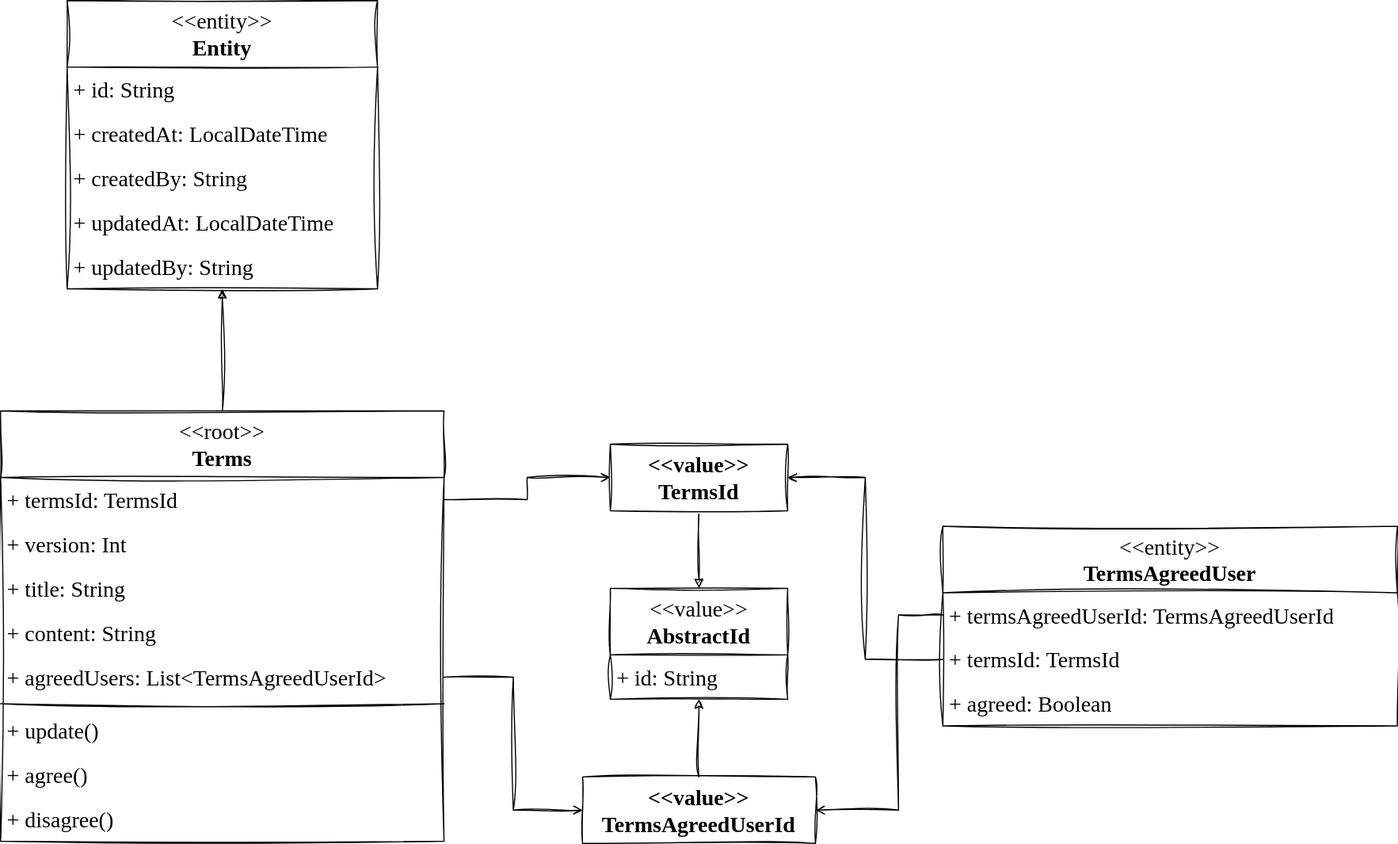
Before: diagrams/terms/aggregate.svg, a diagram exported from draw.io (gudfhr95/micro-ecommerce). Source tidied: cells renumbered, new cells last; positions are measured from the earlier drawing's top-left corner, leaving out a move shared by most shapes.
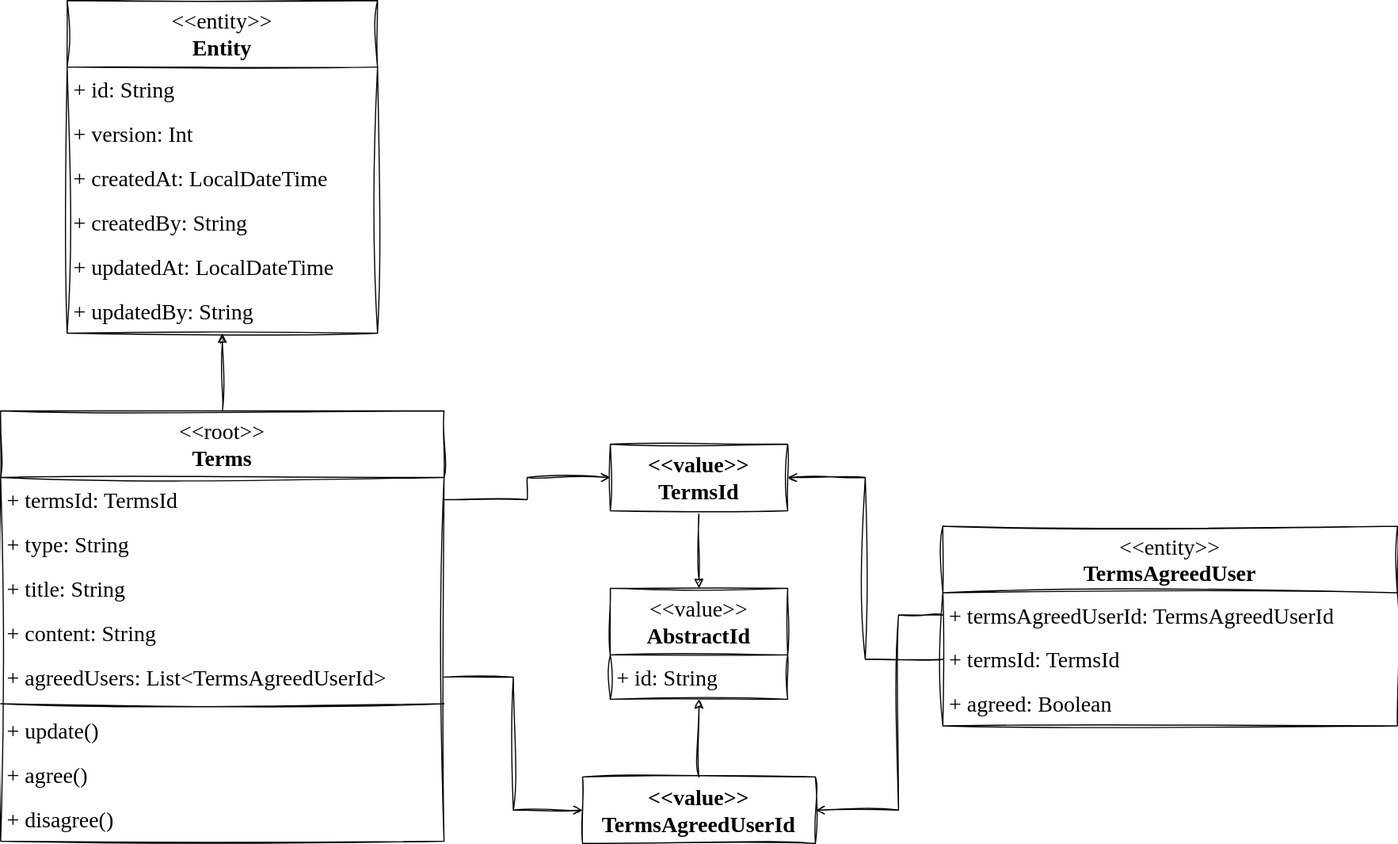
The same file after the commit.

The edit, as a diff of the source:
```diff
@@ -8,7 +8,7 @@
     <mxCell id="3" value="+ termsId: TermsId" style="text;html=1;strokeColor=none;fillColor=none;align=left;verticalAlign=middle;spacingLeft=4;spacingRight=4;overflow=hidden;points=[[0,0.5],[1,0.5]];portConstraint=eastwest;whiteSpace=wrap;fontSize=20;fontFamily=Architects Daughter;" parent="2" vertex="1">
       <mxGeometry y="60" width="400" height="40" as="geometry" />
     </mxCell>
-    <mxCell id="4" value="+ version: Int" style="text;html=1;strokeColor=none;fillColor=none;align=left;verticalAlign=middle;spacingLeft=4;spacingRight=4;overflow=hidden;whiteSpace=wrap;fontSize=20;fontFamily=Architects Daughter;" parent="2" vertex="1">
+    <mxCell id="4" value="+ type: String" style="text;html=1;strokeColor=none;fillColor=none;align=left;verticalAlign=middle;spacingLeft=4;spacingRight=4;overflow=hidden;whiteSpace=wrap;fontSize=20;fontFamily=Architects Daughter;" parent="2" vertex="1">
       <mxGeometry y="100" width="400" height="40" as="geometry" />
     </mxCell>
     <mxCell id="5" value="+ title: String" style="text;html=1;strokeColor=none;fillColor=none;align=left;verticalAlign=middle;spacingLeft=4;spacingRight=4;overflow=hidden;whiteSpace=wrap;fontSize=20;fontFamily=Architects Daughter;" parent="2" vertex="1">
@@ -57,22 +57,25 @@
       <mxGeometry x="550" y="400" width="160" height="60" as="geometry" />
     </mxCell>
     <mxCell id="20" value="&amp;lt;&amp;lt;entity&amp;gt;&amp;gt;&lt;br&gt;&lt;b&gt;Entity&lt;/b&gt;" style="swimlane;fontStyle=0;align=center;verticalAlign=top;horizontal=1;startSize=60;html=1;whiteSpace=wrap;sketch=1;hachureGap=4;jiggle=2;curveFitting=1;fontFamily=Architects Daughter;fontSource=https%3A%2F%2Ffonts.googleapis.com%2Fcss%3Ffamily%3DArchitects%2BDaughter;fontSize=20;" parent="1" vertex="1">
-      <mxGeometry x="60" width="280" height="260" as="geometry" />
+      <mxGeometry x="60" width="280" height="300" as="geometry" />
     </mxCell>
     <mxCell id="21" value="+ id: String" style="text;html=1;strokeColor=none;fillColor=none;align=left;verticalAlign=middle;spacingLeft=4;spacingRight=4;overflow=hidden;whiteSpace=wrap;fontSize=20;fontFamily=Architects Daughter;" parent="20" vertex="1">
       <mxGeometry y="60" width="280" height="40" as="geometry" />
     </mxCell>
+    <mxCell id="33" value="+ version: Int" style="text;html=1;strokeColor=none;fillColor=none;align=left;verticalAlign=middle;spacingLeft=4;spacingRight=4;overflow=hidden;whiteSpace=wrap;fontSize=20;fontFamily=Architects Daughter;" parent="20" vertex="1">
+      <mxGeometry y="100" width="280" height="40" as="geometry" />
+    </mxCell>
     <mxCell id="22" value="+ createdAt: LocalDateTime" style="text;html=1;strokeColor=none;fillColor=none;align=left;verticalAlign=middle;spacingLeft=4;spacingRight=4;overflow=hidden;whiteSpace=wrap;fontSize=20;fontFamily=Architects Daughter;" parent="20" vertex="1">
-      <mxGeometry y="100" width="280" height="40" as="geometry" />
+      <mxGeometry y="140" width="280" height="40" as="geometry" />
     </mxCell>
     <mxCell id="23" value="+ createdBy: String" style="text;html=1;strokeColor=none;fillColor=none;align=left;verticalAlign=middle;spacingLeft=4;spacingRight=4;overflow=hidden;whiteSpace=wrap;fontSize=20;fontFamily=Architects Daughter;" parent="20" vertex="1">
-      <mxGeometry y="140" width="280" height="40" as="geometry" />
+      <mxGeometry y="180" width="280" height="40" as="geometry" />
     </mxCell>
     <mxCell id="24" value="+ updatedAt: LocalDateTime" style="text;html=1;strokeColor=none;fillColor=none;align=left;verticalAlign=middle;spacingLeft=4;spacingRight=4;overflow=hidden;whiteSpace=wrap;fontSize=20;fontFamily=Architects Daughter;" parent="20" vertex="1">
-      <mxGeometry y="180" width="280" height="40" as="geometry" />
+      <mxGeometry y="220" width="280" height="40" as="geometry" />
     </mxCell>
     <mxCell id="25" value="+ updatedBy: String" style="text;html=1;strokeColor=none;fillColor=none;align=left;verticalAlign=middle;spacingLeft=4;spacingRight=4;overflow=hidden;whiteSpace=wrap;fontSize=20;fontFamily=Architects Daughter;" parent="20" vertex="1">
-      <mxGeometry y="220" width="280" height="40" as="geometry" />
+      <mxGeometry y="260" width="280" height="40" as="geometry" />
     </mxCell>
     <mxCell id="26" style="html=1;verticalAlign=bottom;labelBackgroundColor=none;endArrow=block;endFill=1;endSize=6;align=left;rounded=0;sketch=1;hachureGap=4;jiggle=2;curveFitting=1;fontFamily=Architects Daughter;fontSource=https%3A%2F%2Ffonts.googleapis.com%2Fcss%3Ffamily%3DArchitects%2BDaughter;fontSize=16;" parent="1" edge="1" source="2" target="20">
       <mxGeometry x="-1" relative="1" as="geometry" />
```
